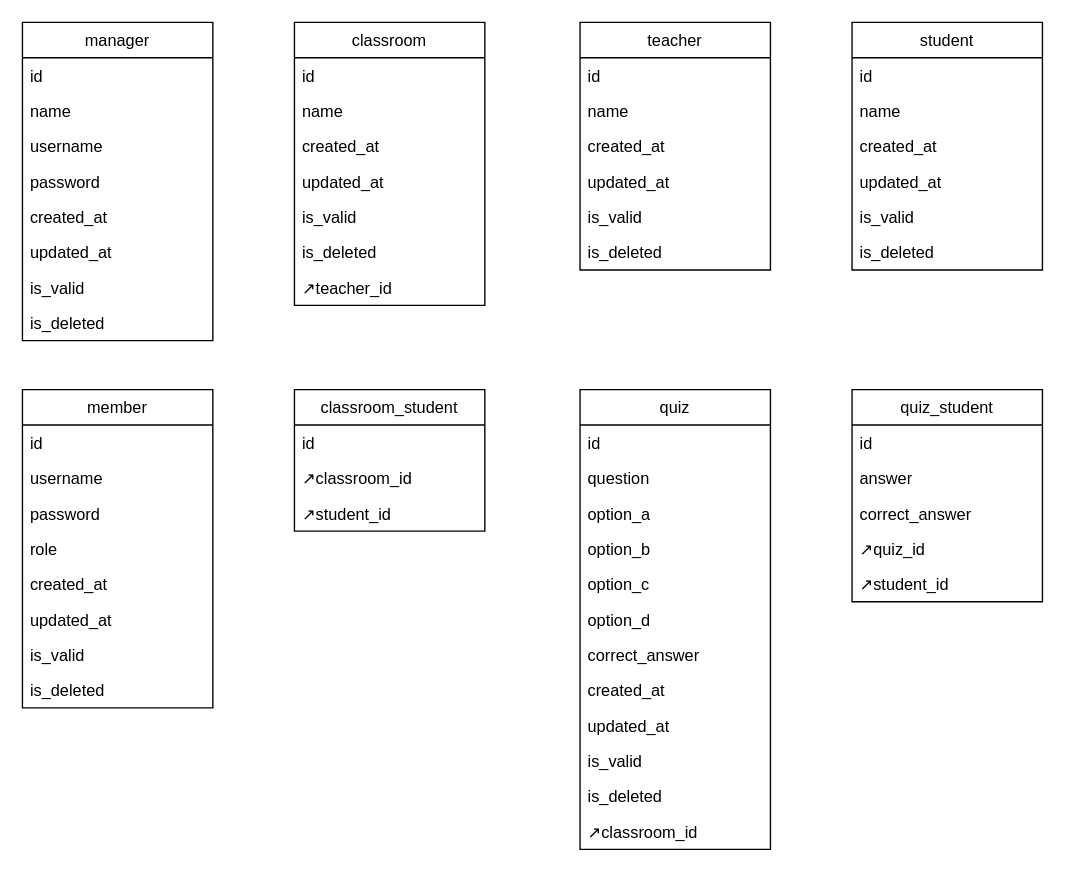
This is Documents/db.drawio from pdono12345/ElearningDemo, a draw.io file, before an edit. Source tidied: cells renumbered, new cells numbered last; positions are measured from the earlier drawing's top-left corner, leaving out a move shared by most shapes. Both pictures are drawn from the tidied source at 136%, with x=0, y=0 at pixel (22, 22).
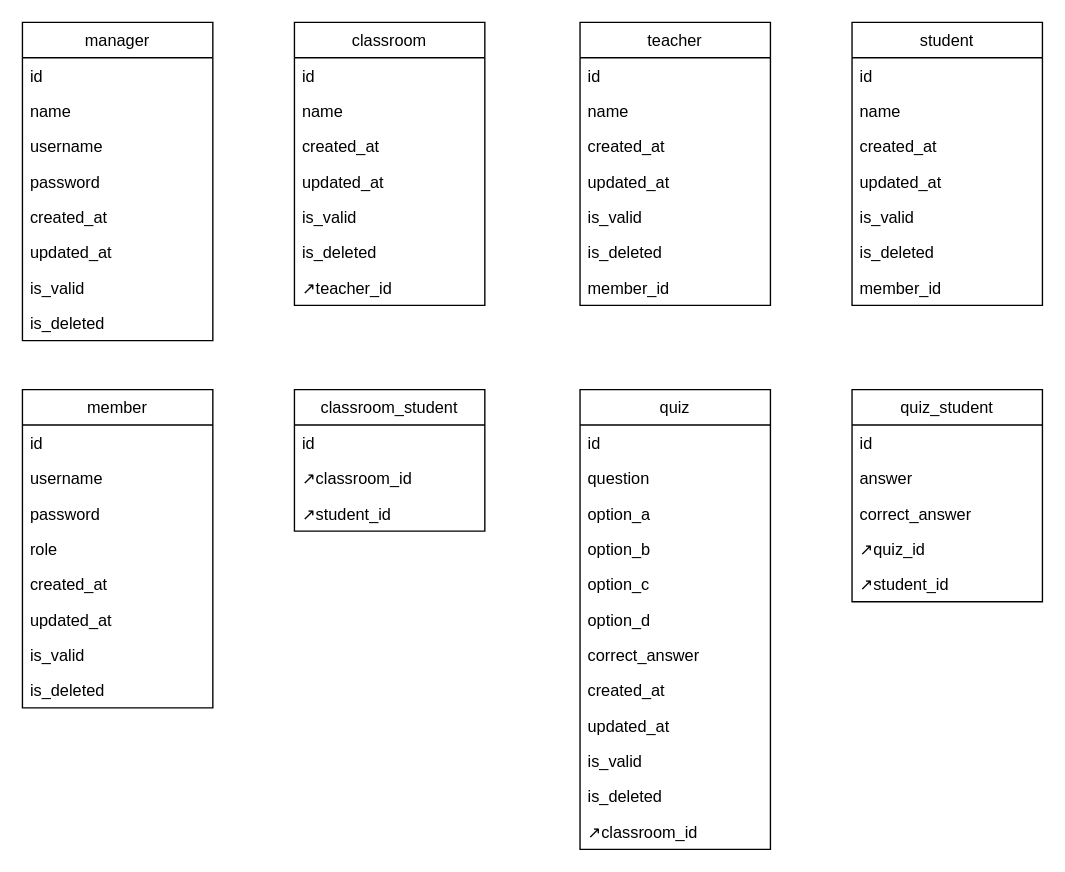
The same page after the edit.

Commit message:
db 初期設計圖

Change to the diagram source:
```diff
@@
     <mxCell id="19" value="teacher" style="swimlane;fontStyle=0;horizontal=1;startSize=26;" parent="1" vertex="1">
-      <mxGeometry x="410" width="140" height="182" as="geometry" />
+      <mxGeometry x="410" width="140" height="208" as="geometry" />
     </mxCell>
@@
+    <mxCell id="65" value="member_id" style="text;strokeColor=none;fillColor=none;align=left;verticalAlign=top;spacingLeft=4;spacingRight=4;overflow=hidden;" parent="19" vertex="1">
+      <mxGeometry y="182" width="140" height="26" as="geometry" />
+    </mxCell>
@@
     <mxCell id="35" value="student" style="swimlane;fontStyle=0;horizontal=1;startSize=26;" parent="1" vertex="1">
-      <mxGeometry x="610" width="140" height="182" as="geometry" />
+      <mxGeometry x="610" width="140" height="208" as="geometry" />
     </mxCell>
@@
+    <mxCell id="66" value="member_id" style="text;strokeColor=none;fillColor=none;align=left;verticalAlign=top;spacingLeft=4;spacingRight=4;overflow=hidden;" parent="35" vertex="1">
+      <mxGeometry y="182" width="140" height="26" as="geometry" />
+    </mxCell>
```
